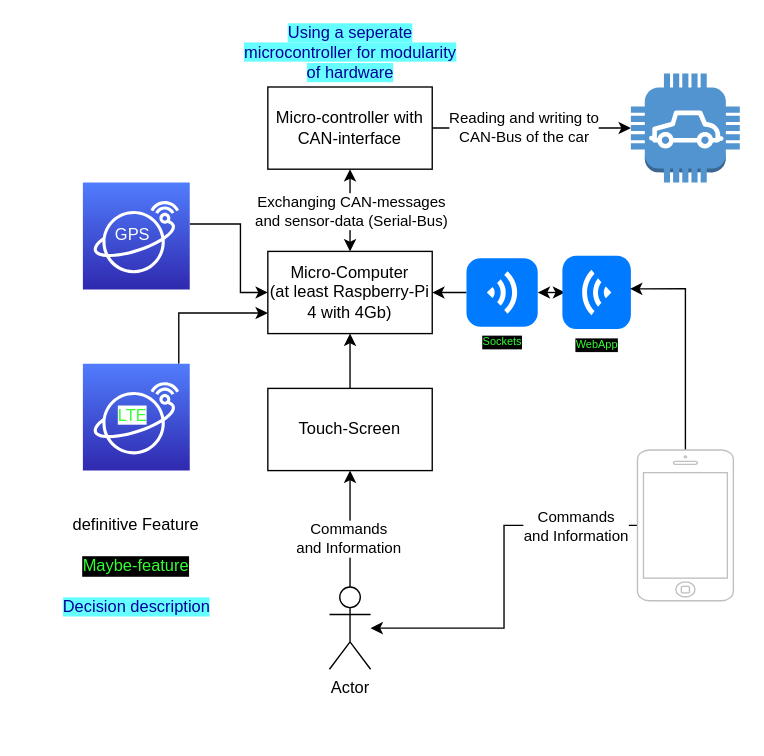
Uhgtred/Car_Infotainment_System keeps this draw.io diagram as page "Kontext-Sicht" (1 of 2) of Architecture/GesamtSystem.drawio. Above is the earlier version. Source tidied: cells renumbered, new cells numbered last; positions are measured from the earlier drawing's top-left corner, leaving out a move shared by most shapes. Both pictures are drawn from the tidied source at 137%, with x=0, y=0 at pixel (22, 32).
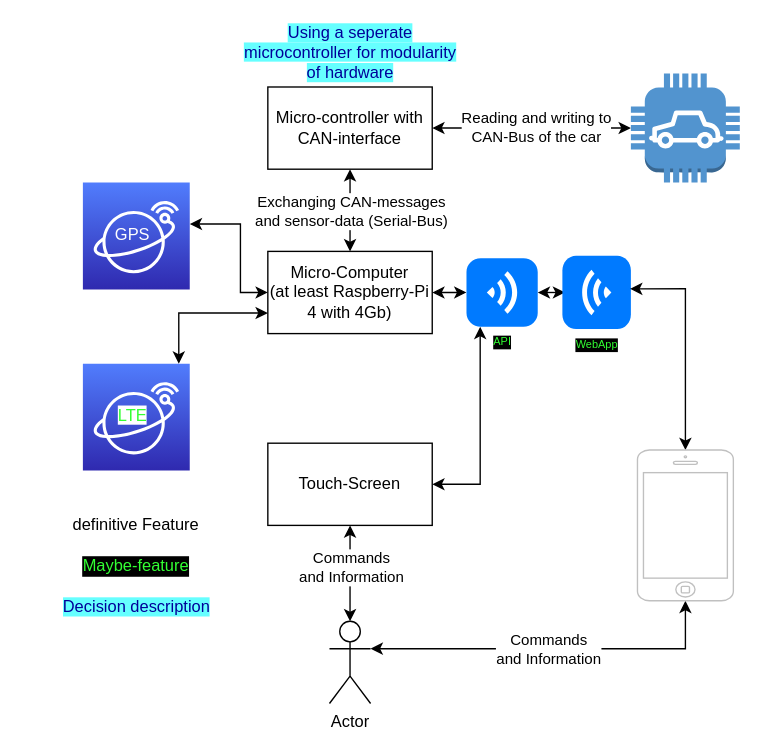
After the change.

The change refers to these unchanged cells:
```xml
<mxCell id="9" value="Micro-Computer&lt;br&gt;(at least Raspberry-Pi 4 with 4Gb)" style="rounded=0;whiteSpace=wrap;html=1;" parent="1" vertex="1">
  <mxGeometry x="179" y="160" width="120" height="60" as="geometry" />
</mxCell>
<mxCell id="12" value="Micro-controller with CAN-interface" style="rounded=0;whiteSpace=wrap;html=1;" parent="1" vertex="1">
  <mxGeometry x="179" y="40" width="120" height="60" as="geometry" />
</mxCell>
<mxCell id="13" style="outlineConnect=0;dashed=0;verticalLabelPosition=bottom;verticalAlign=top;align=center;html=1;shape=mxgraph.aws3.car;fillColor=#5294CF;gradientColor=none;" parent="1" vertex="1">
  <mxGeometry x="444" y="30.2" width="79.5" height="79.5" as="geometry" />
</mxCell>
<mxCell id="15" value="GPS" style="sketch=0;points=[[0,0,0],[0.25,0,0],[0.5,0,0],[0.75,0,0],[1,0,0],[0,1,0],[0.25,1,0],[0.5,1,0],[0.75,1,0],[1,1,0],[0,0.25,0],[0,0.5,0],[0,0.75,0],[1,0.25,0],[1,0.5,0],[1,0.75,0]];outlineConnect=0;fontColor=#FFFFFF;gradientColor=#517DFD;gradientDirection=north;fillColor=#2F29AF;strokeColor=#ffffff;dashed=0;verticalLabelPosition=bottom;verticalAlign=top;align=center;html=1;fontSize=12;fontStyle=0;shape=mxgraph.aws4.resourceIcon;resIcon=mxgraph.aws4.satellite;spacingTop=-54;spacingRight=6;" parent="1" vertex="1">
  <mxGeometry x="44" y="109.8" width="78" height="78" as="geometry" />
</mxCell>
<mxCell id="17" value="LTE" style="sketch=0;points=[[0,0,0],[0.25,0,0],[0.5,0,0],[0.75,0,0],[1,0,0],[0,1,0],[0.25,1,0],[0.5,1,0],[0.75,1,0],[1,1,0],[0,0.25,0],[0,0.5,0],[0,0.75,0],[1,0.25,0],[1,0.5,0],[1,0.75,0]];outlineConnect=0;fontColor=#33FF33;gradientColor=#517DFD;gradientDirection=north;fillColor=#2F29AF;strokeColor=#ffffff;dashed=0;verticalLabelPosition=bottom;verticalAlign=top;align=center;html=1;fontSize=12;fontStyle=0;shape=mxgraph.aws4.resourceIcon;resIcon=mxgraph.aws4.satellite;spacingTop=-54;spacingRight=6;labelBackgroundColor=default;labelBorderColor=none;" parent="1" vertex="1">
  <mxGeometry x="44" y="242" width="78" height="78" as="geometry" />
</mxCell>
<mxCell id="23" value="WebApp" style="html=1;strokeWidth=1;shadow=0;dashed=0;shape=mxgraph.ios7.misc.wifi;fillColor=#007AFF;strokeColor=none;buttonText=;strokeColor2=#222222;fontColor=#33FF33;fontSize=8;verticalLabelPosition=bottom;verticalAlign=top;align=center;sketch=0;direction=north;labelBackgroundColor=#000000;" parent="1" vertex="1">
  <mxGeometry x="394" y="163.2" width="50" height="53.5" as="geometry" />
</mxCell>
<mxCell id="27" style="html=1;verticalLabelPosition=bottom;labelBackgroundColor=#ffffff;verticalAlign=top;shadow=0;dashed=0;strokeWidth=1;shape=mxgraph.ios7.misc.iphone;strokeColor=#c0c0c0;" parent="1" vertex="1">
  <mxGeometry x="448.8" y="305" width="70" height="110" as="geometry" />
</mxCell>
```

The edit, as a diff of the source:
```diff
@@
-    <mxCell id="2" style="edgeStyle=orthogonalEdgeStyle;rounded=0;jettySize=auto;html=1;" parent="1" edge="1" source="4" target="6">
+    <mxCell id="2" style="edgeStyle=orthogonalEdgeStyle;rounded=0;jettySize=auto;html=1;startArrow=classic;startFill=1;" parent="1" edge="1" source="4" target="6">
       <mxGeometry relative="1" as="geometry" />
     </mxCell>
     <mxCell id="3" value="Commands&lt;br&gt;and Information" style="edgeLabel;html=1;align=center;verticalAlign=middle;" parent="2" vertex="1">
-      <mxGeometry x="-0.15" y="2" relative="1" as="geometry" />
+      <mxGeometry x="-0.15" y="2" relative="1" as="geometry">
+        <mxPoint x="2" y="-10" as="offset" />
+      </mxGeometry>
     </mxCell>
     <mxCell id="4" value="Actor" style="shape=umlActor;verticalLabelPosition=bottom;verticalAlign=top;html=1;outlineConnect=0;" parent="1" vertex="1">
-      <mxGeometry x="224" y="405" width="30" height="60" as="geometry" />
+      <mxGeometry x="224" y="430" width="30" height="60" as="geometry" />
     </mxCell>
-    <mxCell id="5" style="edgeStyle=orthogonalEdgeStyle;rounded=0;jettySize=auto;html=1;" parent="1" edge="1" source="6" target="9">
-      <mxGeometry relative="1" as="geometry" />
+    <mxCell id="5" style="edgeStyle=orthogonalEdgeStyle;rounded=0;jettySize=auto;html=1;startArrow=classic;startFill=1;" parent="1" edge="1" source="6" target="22">
+      <mxGeometry relative="1" as="geometry">
+        <Array as="points">
+          <mxPoint x="334" y="330" />
+        </Array>
+      </mxGeometry>
     </mxCell>
     <mxCell id="6" value="Touch-Screen" style="rounded=0;whiteSpace=wrap;html=1;" parent="1" vertex="1">
-      <mxGeometry x="179" y="260" width="120" height="60" as="geometry" />
+      <mxGeometry x="179" y="300" width="120" height="60" as="geometry" />
     </mxCell>
@@
-    <mxCell id="10" style="edgeStyle=orthogonalEdgeStyle;rounded=0;jettySize=auto;html=1;entryX=0;entryY=0.5;entryDx=0;entryDy=0;entryPerimeter=0;" parent="1" edge="1" source="12" target="13">
+    <mxCell id="10" style="edgeStyle=orthogonalEdgeStyle;rounded=0;jettySize=auto;html=1;entryX=0;entryY=0.5;entryDx=0;entryDy=0;entryPerimeter=0;startArrow=classic;startFill=1;" parent="1" edge="1" source="12" target="13">
       <mxGeometry relative="1" as="geometry" />
     </mxCell>
     <mxCell id="11" value="Reading and writing to &lt;br&gt;CAN-Bus of the car" style="edgeLabel;html=1;align=center;verticalAlign=middle;" parent="10" vertex="1">
       <mxGeometry x="-0.33" y="-3" relative="1" as="geometry">
-        <mxPoint x="17" y="-3" as="offset" />
+        <mxPoint x="26" y="-3" as="offset" />
       </mxGeometry>
     </mxCell>
@@
-    <mxCell id="14" style="edgeStyle=orthogonalEdgeStyle;rounded=0;jettySize=auto;html=1;entryX=0;entryY=0.5;entryDx=0;entryDy=0;" parent="1" edge="1" source="15" target="9">
+    <mxCell id="14" style="edgeStyle=orthogonalEdgeStyle;rounded=0;jettySize=auto;html=1;entryX=0;entryY=0.5;entryDx=0;entryDy=0;startArrow=classic;startFill=1;" parent="1" edge="1" source="15" target="9">
       <mxGeometry relative="1" as="geometry">
         <Array as="points">
           <mxPoint x="159" y="140" />
           <mxPoint x="159" y="190" />
         </Array>
       </mxGeometry>
     </mxCell>
@@
-    <mxCell id="16" style="edgeStyle=orthogonalEdgeStyle;rounded=0;jettySize=auto;html=1;entryX=0;entryY=0.75;entryDx=0;entryDy=0;" parent="1" edge="1" source="17" target="9">
+    <mxCell id="16" style="edgeStyle=orthogonalEdgeStyle;rounded=0;jettySize=auto;html=1;entryX=0;entryY=0.75;entryDx=0;entryDy=0;startArrow=classic;startFill=1;" parent="1" edge="1" source="17" target="9">
       <mxGeometry relative="1" as="geometry">
         <Array as="points">
           <mxPoint x="114" y="205" />
         </Array>
       </mxGeometry>
     </mxCell>
@@
-    <mxCell id="20" style="edgeStyle=orthogonalEdgeStyle;rounded=0;jettySize=auto;html=1;" parent="1" edge="1" source="22" target="9">
+    <mxCell id="20" style="edgeStyle=orthogonalEdgeStyle;rounded=0;jettySize=auto;html=1;startArrow=classic;startFill=1;" parent="1" edge="1" source="22" target="9">
       <mxGeometry relative="1" as="geometry" />
     </mxCell>
@@
-    <mxCell id="22" value="Sockets" style="html=1;strokeWidth=1;shadow=0;dashed=0;shape=mxgraph.ios7.misc.wifi;fillColor=#007AFF;strokeColor=none;buttonText=;strokeColor2=#222222;fontColor=#33FF33;fontSize=8;verticalLabelPosition=bottom;verticalAlign=top;align=center;sketch=0;direction=south;labelBackgroundColor=#000000;" parent="1" vertex="1">
+    <mxCell id="22" value="API" style="html=1;strokeWidth=1;shadow=0;dashed=0;shape=mxgraph.ios7.misc.wifi;fillColor=#007AFF;strokeColor=none;buttonText=;strokeColor2=#222222;fontColor=#33FF33;fontSize=8;verticalLabelPosition=bottom;verticalAlign=top;align=center;sketch=0;direction=south;labelBackgroundColor=#000000;" parent="1" vertex="1">
       <mxGeometry x="324" y="165" width="52" height="50" as="geometry" />
     </mxCell>
@@
-    <mxCell id="24" style="edgeStyle=orthogonalEdgeStyle;rounded=0;jettySize=auto;html=1;entryX=0.549;entryY=0.988;entryDx=0;entryDy=0;entryPerimeter=0;" parent="1" edge="1" source="27" target="23">
+    <mxCell id="24" style="edgeStyle=orthogonalEdgeStyle;rounded=0;jettySize=auto;html=1;entryX=0.549;entryY=0.988;entryDx=0;entryDy=0;entryPerimeter=0;startArrow=classic;startFill=1;" parent="1" edge="1" source="27" target="23">
       <mxGeometry relative="1" as="geometry">
         <Array as="points">
           <mxPoint x="484" y="187" />
         </Array>
       </mxGeometry>
     </mxCell>
-    <mxCell id="25" style="edgeStyle=orthogonalEdgeStyle;rounded=0;jettySize=auto;html=1;" parent="1" edge="1" source="27" target="4">
-      <mxGeometry relative="1" as="geometry" />
+    <mxCell id="25" style="edgeStyle=orthogonalEdgeStyle;rounded=0;jettySize=auto;html=1;startArrow=classic;startFill=1;" parent="1" edge="1" source="27" target="4">
+      <mxGeometry relative="1" as="geometry">
+        <Array as="points">
+          <mxPoint x="484" y="450" />
+        </Array>
+      </mxGeometry>
     </mxCell>
     <mxCell id="26" value="Commands&lt;br&gt;and Information" style="edgeLabel;html=1;align=center;verticalAlign=middle;" parent="25" vertex="1">
       <mxGeometry x="-0.57" y="1" relative="1" as="geometry">
-        <mxPoint x="13" y="-1" as="offset" />
+        <mxPoint x="-78" y="-1" as="offset" />
       </mxGeometry>
     </mxCell>
```
